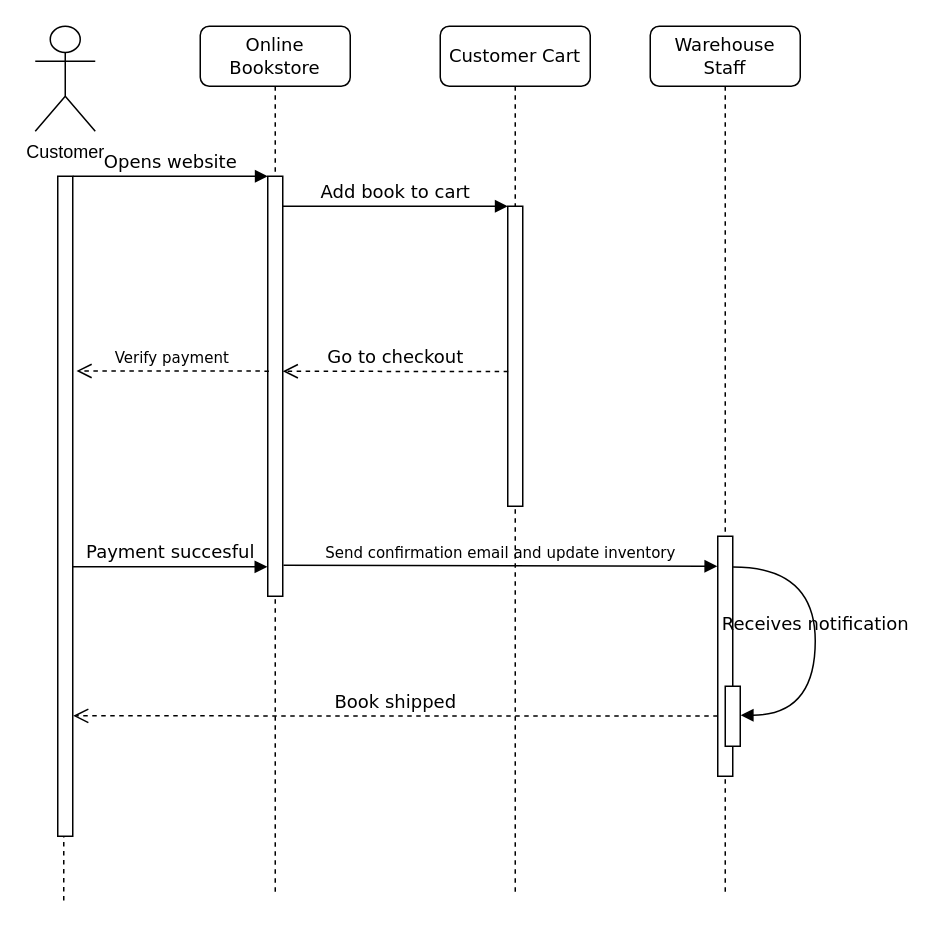
Earlier version of the draw.io diagram sequence diagram.drawio (Metadrama/codespaces-blank). Source tidied: cells renumbered, new cells numbered last; positions are measured from the earlier drawing's top-left corner, leaving out a move shared by most shapes. Both pictures are drawn from the tidied source at 150%, with x=0, y=0 at pixel (34, 26).
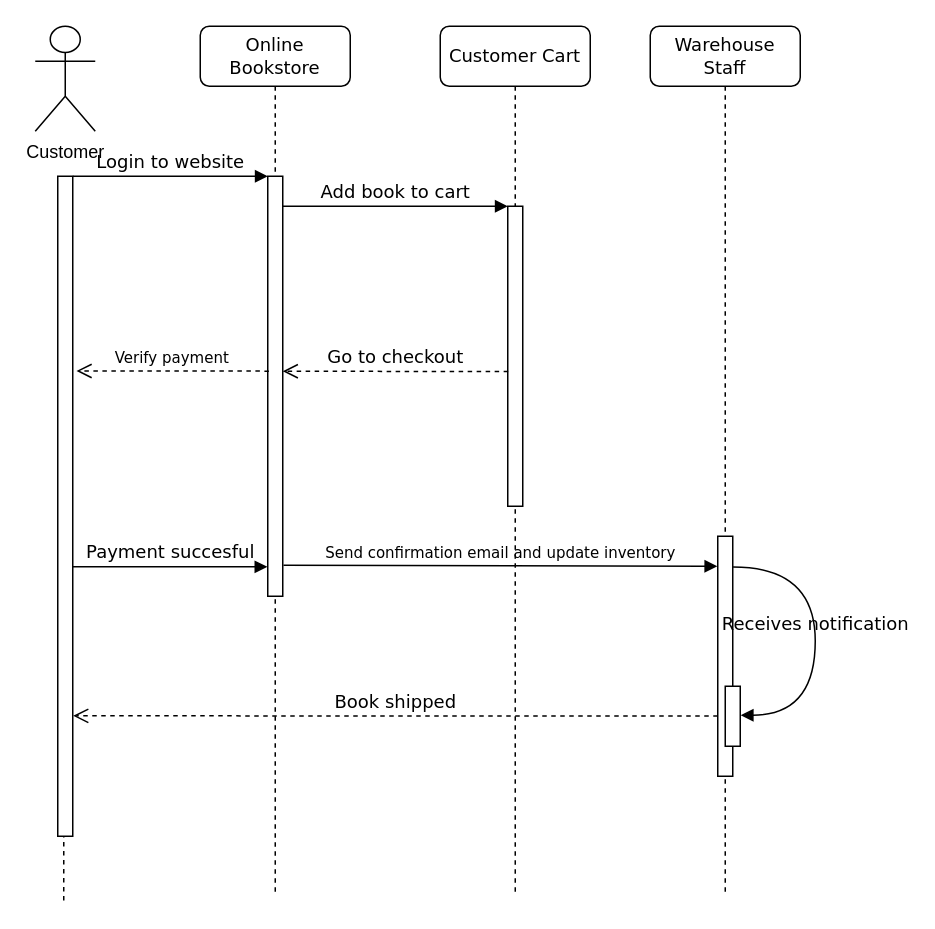
The same page after the edit.

Unchanged cells that the change refers to:
```xml
<mxCell id="3" style="html=1;points=[];perimeter=orthogonalPerimeter;rounded=0;shadow=0;comic=0;labelBackgroundColor=none;strokeWidth=1;fontFamily=Verdana;fontSize=12;align=center;" parent="2" vertex="1">
  <mxGeometry x="45" y="100" width="10" height="280" as="geometry" />
</mxCell>
<mxCell id="17" style="html=1;points=[];perimeter=orthogonalPerimeter;rounded=0;shadow=0;comic=0;labelBackgroundColor=none;strokeWidth=1;fontFamily=Verdana;fontSize=12;align=center;" parent="1" vertex="1">
  <mxGeometry x="15" y="100" width="10" height="440" as="geometry" />
</mxCell>
```

Diff of the diagram source:
```diff
@@
-    <mxCell id="11" value="Opens website" style="html=1;verticalAlign=bottom;endArrow=block;entryX=0;entryY=0;labelBackgroundColor=none;fontFamily=Verdana;fontSize=12;edgeStyle=elbowEdgeStyle;elbow=vertical;" parent="1" edge="1" source="17" target="3">
+    <mxCell id="11" value="Login to website" style="html=1;verticalAlign=bottom;endArrow=block;entryX=0;entryY=0;labelBackgroundColor=none;fontFamily=Verdana;fontSize=12;edgeStyle=elbowEdgeStyle;elbow=vertical;" parent="1" edge="1" source="17" target="3">
       <mxGeometry relative="1" as="geometry" />
     </mxCell>
```
